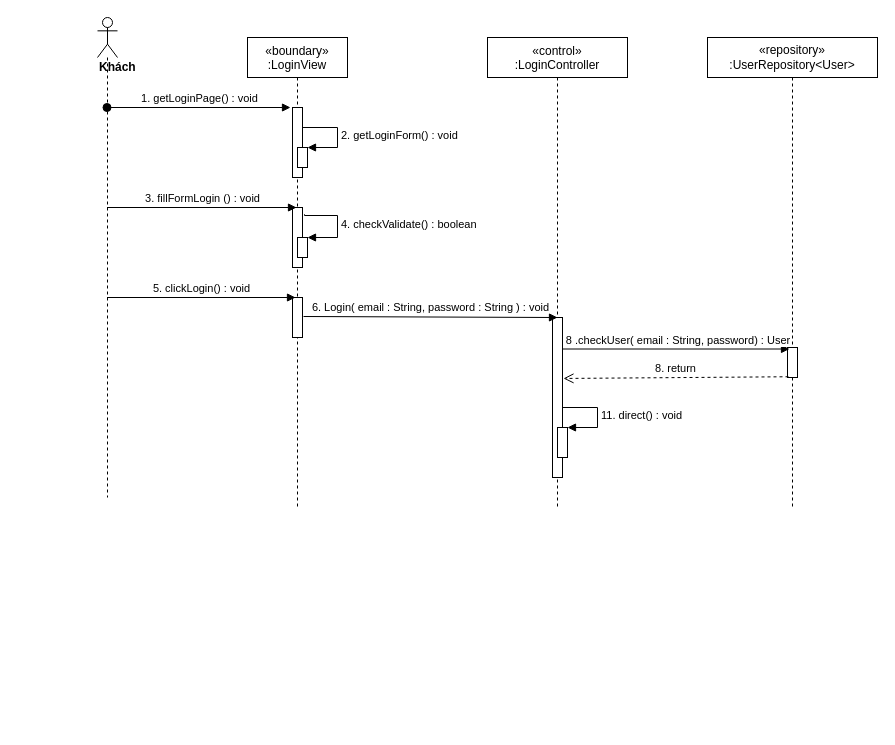
The draw.io diagram sequence diagram/login-sequence-diagram.drawio in nguyenphamvan/datn_20202, before the edit. Source tidied: cells renumbered, new cells numbered last; positions are measured from the earlier drawing's top-left corner, leaving out a move shared by most shapes. Both pictures are drawn from the tidied source at 100%, with x=0, y=0 at pixel (97, 17).
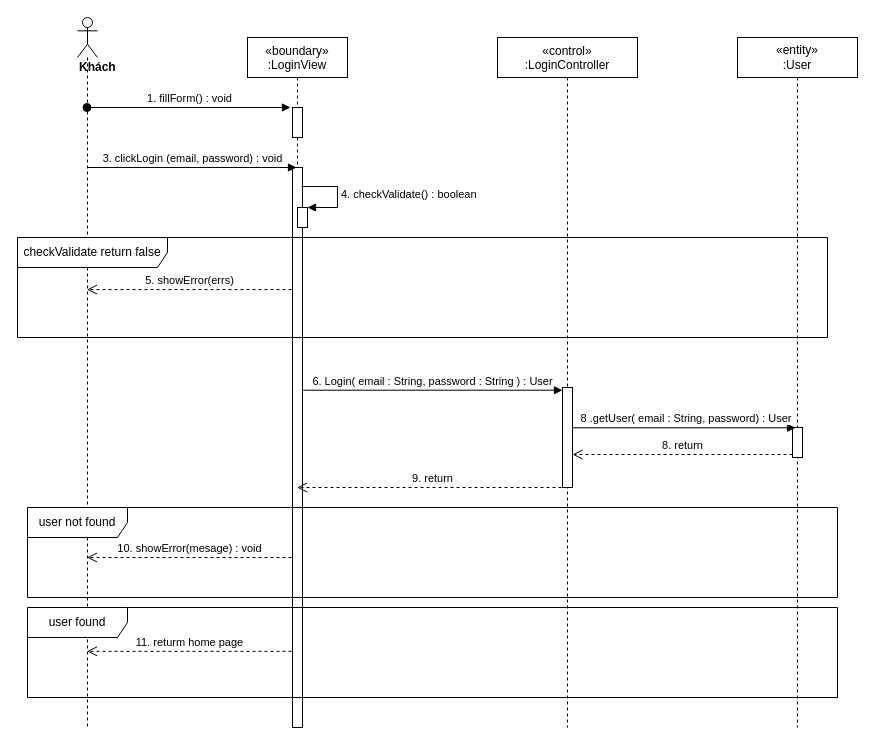
After the change.

Diff of the diagram source:
```diff
@@
     <mxCell id="2" value="«boundary»&#10;:LoginView" style="shape=umlLifeline;perimeter=lifelinePerimeter;rounded=0;shadow=0;strokeWidth=1;" parent="1" vertex="1">
-      <mxGeometry x="150" y="20" width="100" height="470" as="geometry" />
+      <mxGeometry x="150" y="20" width="100" height="690" as="geometry" />
     </mxCell>
     <mxCell id="3" style="points=[];perimeter=orthogonalPerimeter;rounded=0;shadow=0;strokeWidth=1;" parent="2" vertex="1">
-      <mxGeometry x="45" y="70" width="10" height="70" as="geometry" />
+      <mxGeometry x="45" y="70" width="10" height="30" as="geometry" />
     </mxCell>
-    <mxCell id="4" style="points=[];perimeter=orthogonalPerimeter;rounded=0;shadow=0;strokeWidth=1;" parent="2" vertex="1">
-      <mxGeometry x="45" y="170" width="10" height="60" as="geometry" />
-    </mxCell>
-    <mxCell id="5" style="html=1;points=[];perimeter=orthogonalPerimeter;" parent="2" vertex="1">
-      <mxGeometry x="50" y="110" width="10" height="20" as="geometry" />
-    </mxCell>
-    <mxCell id="6" value="2. getLoginForm() : void" style="edgeStyle=orthogonalEdgeStyle;html=1;align=left;spacingLeft=2;endArrow=block;rounded=0;entryX=1;entryY=0;" parent="2" edge="1" source="3" target="5">
-      <mxGeometry relative="1" as="geometry">
-        <Array as="points">
-          <mxPoint x="90" y="90" />
-          <mxPoint x="90" y="110" />
-        </Array>
-      </mxGeometry>
-    </mxCell>
-    <mxCell id="7" style="html=1;points=[];perimeter=orthogonalPerimeter;" parent="2" vertex="1">
-      <mxGeometry x="50" y="200" width="10" height="20" as="geometry" />
-    </mxCell>
-    <mxCell id="8" value="4. checkValidate() : boolean" style="edgeStyle=orthogonalEdgeStyle;html=1;align=left;spacingLeft=2;endArrow=block;rounded=0;exitX=1.2;exitY=0.114;exitDx=0;exitDy=0;exitPerimeter=0;" parent="2" edge="1" source="4" target="7">
-      <mxGeometry relative="1" as="geometry">
-        <Array as="points">
-          <mxPoint x="57" y="178" />
-          <mxPoint x="90" y="178" />
-          <mxPoint x="90" y="200" />
-        </Array>
-      </mxGeometry>
-    </mxCell>
     <mxCell id="9" style="html=1;points=[];perimeter=orthogonalPerimeter;" parent="2" vertex="1">
-      <mxGeometry x="45" y="260" width="10" height="40" as="geometry" />
+      <mxGeometry x="45" y="130" width="10" height="560" as="geometry" />
     </mxCell>
     <mxCell id="10" value="«control»&#10;:LoginController" style="shape=umlLifeline;perimeter=lifelinePerimeter;rounded=0;shadow=0;strokeWidth=1;" parent="1" vertex="1">
-      <mxGeometry x="390" y="20" width="140" height="470" as="geometry" />
+      <mxGeometry x="400" y="20" width="140" height="690" as="geometry" />
     </mxCell>
     <mxCell id="11" style="points=[];perimeter=orthogonalPerimeter;rounded=0;shadow=0;strokeWidth=1;" parent="10" vertex="1">
-      <mxGeometry x="65" y="280" width="10" height="160" as="geometry" />
+      <mxGeometry x="65" y="350" width="10" height="100" as="geometry" />
     </mxCell>
     <mxCell id="12" value="&lt;div&gt;&lt;b&gt;Khách&lt;/b&gt;&lt;/div&gt;" style="shape=umlLifeline;participant=umlActor;perimeter=lifelinePerimeter;whiteSpace=wrap;html=1;verticalAlign=top;spacingTop=36;outlineConnect=0;align=left;" parent="1" vertex="1">
-      <mxGeometry width="20" height="480" as="geometry" />
+      <mxGeometry x="-20" width="20" height="710" as="geometry" />
     </mxCell>
-    <mxCell id="13" value="1. getLoginPage() : void" style="html=1;verticalAlign=bottom;startArrow=oval;startFill=1;endArrow=block;startSize=8;entryX=-0.2;entryY=0;entryDx=0;entryDy=0;entryPerimeter=0;" parent="1" edge="1" source="12" target="3">
+    <mxCell id="13" value="1. fillForm() : void" style="html=1;verticalAlign=bottom;startArrow=oval;startFill=1;endArrow=block;startSize=8;entryX=-0.2;entryY=0;entryDx=0;entryDy=0;entryPerimeter=0;" parent="1" edge="1" source="12" target="3">
       <mxGeometry relative="1" as="geometry" />
     </mxCell>
-    <mxCell id="14" value="3. fillFormLogin () : void" style="html=1;verticalAlign=bottom;endArrow=block;entryX=0.4;entryY=0;entryDx=0;entryDy=0;entryPerimeter=0;" parent="1" edge="1" source="12" target="4">
-      <mxGeometry relative="1" as="geometry" />
+    <mxCell id="14" value="3. clickLogin (email, password) : void" style="html=1;verticalAlign=bottom;endArrow=block;" parent="1" edge="1" source="12">
+      <mxGeometry relative="1" as="geometry">
+        <mxPoint x="199" y="150" as="targetPoint" />
+      </mxGeometry>
     </mxCell>
-    <mxCell id="15" value="5. clickLogin() : void" style="html=1;verticalAlign=bottom;endArrow=block;entryX=0.3;entryY=0;entryDx=0;entryDy=0;entryPerimeter=0;" parent="1" edge="1" source="12" target="9">
-      <mxGeometry relative="1" as="geometry" />
-    </mxCell>
-    <mxCell id="16" value="6. Login( email : String, password : String ) : void" style="html=1;verticalAlign=bottom;endArrow=block;exitX=1.1;exitY=0.475;exitDx=0;exitDy=0;exitPerimeter=0;" parent="1" edge="1" source="9">
-      <mxGeometry relative="1" as="geometry">
-        <mxPoint x="460" y="300" as="targetPoint" />
-      </mxGeometry>
+    <mxCell id="16" value="6. Login( email : String, password : String ) : User" style="html=1;verticalAlign=bottom;endArrow=block;entryX=0;entryY=0.027;entryDx=0;entryDy=0;entryPerimeter=0;" parent="1" edge="1" source="9" target="11">
+      <mxGeometry relative="1" as="geometry" />
     </mxCell>
-    <mxCell id="17" value="&lt;span&gt;«repository»&lt;br&gt;&lt;/span&gt;:UserRepository&amp;lt;User&amp;gt;" style="shape=umlLifeline;perimeter=lifelinePerimeter;whiteSpace=wrap;html=1;" parent="1" vertex="1">
-      <mxGeometry x="610" y="20" width="170" height="470" as="geometry" />
+    <mxCell id="17" value="&lt;span&gt;«entity»&lt;br&gt;&lt;/span&gt;:User" style="shape=umlLifeline;perimeter=lifelinePerimeter;whiteSpace=wrap;html=1;" parent="1" vertex="1">
+      <mxGeometry x="640" y="20" width="120" height="690" as="geometry" />
     </mxCell>
     <mxCell id="18" style="points=[];perimeter=orthogonalPerimeter;rounded=0;shadow=0;strokeWidth=1;" parent="17" vertex="1">
-      <mxGeometry x="80" y="310" width="10" height="30" as="geometry" />
+      <mxGeometry x="55" y="390" width="10" height="30" as="geometry" />
     </mxCell>
-    <mxCell id="19" value="&lt;span style=&quot;font-family: &amp;#34;helvetica&amp;#34;&quot;&gt;&amp;nbsp;8 .checkUser( email : String, password) : User&lt;/span&gt;" style="html=1;verticalAlign=bottom;endArrow=block;entryX=0.2;entryY=0.05;entryDx=0;entryDy=0;entryPerimeter=0;" parent="1" edge="1" source="11" target="18">
+    <mxCell id="19" value="&lt;span style=&quot;font-family: &amp;#34;helvetica&amp;#34;&quot;&gt;&amp;nbsp;8 .getUser( email : String, password) : User&lt;/span&gt;" style="html=1;verticalAlign=bottom;endArrow=block;entryX=0.3;entryY=0.01;entryDx=0;entryDy=0;entryPerimeter=0;" parent="1" edge="1" source="11" target="18">
       <mxGeometry relative="1" as="geometry" />
     </mxCell>
-    <mxCell id="20" value="8. return" style="html=1;verticalAlign=bottom;endArrow=open;dashed=1;endSize=8;exitX=0.1;exitY=0.975;exitDx=0;exitDy=0;exitPerimeter=0;entryX=1.1;entryY=0.381;entryDx=0;entryDy=0;entryPerimeter=0;" parent="1" edge="1" source="18" target="11">
+    <mxCell id="20" value="8. return" style="html=1;verticalAlign=bottom;endArrow=open;dashed=1;endSize=8;exitX=0;exitY=0.9;exitDx=0;exitDy=0;exitPerimeter=0;" parent="1" edge="1" source="18" target="11">
       <mxGeometry relative="1" as="geometry" />
     </mxCell>
-    <mxCell id="21" style="html=1;points=[];perimeter=orthogonalPerimeter;" parent="1" vertex="1">
-      <mxGeometry x="460" y="410" width="10" height="30" as="geometry" />
-    </mxCell>
-    <mxCell id="22" value="11. direct() : void" style="edgeStyle=orthogonalEdgeStyle;html=1;align=left;spacingLeft=2;endArrow=block;rounded=0;entryX=1;entryY=0;" parent="1" edge="1" source="11" target="21">
-      <mxGeometry relative="1" as="geometry">
-        <Array as="points">
-          <mxPoint x="500" y="390" />
-          <mxPoint x="500" y="410" />
-        </Array>
-      </mxGeometry>
-    </mxCell>
+    <mxCell id="23" value="checkValidate return false" style="shape=umlFrame;whiteSpace=wrap;html=1;width=150;height=30;" parent="1" vertex="1">
+      <mxGeometry x="-80" y="220" width="810" height="100" as="geometry" />
+    </mxCell>
+    <mxCell id="24" value="5. showError(errs)" style="html=1;verticalAlign=bottom;endArrow=open;dashed=1;endSize=8;exitX=-0.1;exitY=0.218;exitDx=0;exitDy=0;exitPerimeter=0;" parent="1" edge="1" source="9" target="12">
+      <mxGeometry relative="1" as="geometry" />
+    </mxCell>
+    <mxCell id="25" value="9. return" style="html=1;verticalAlign=bottom;endArrow=open;dashed=1;endSize=8;exitX=0.5;exitY=1;exitDx=0;exitDy=0;exitPerimeter=0;" parent="1" edge="1" source="11" target="2">
+      <mxGeometry relative="1" as="geometry" />
+    </mxCell>
+    <mxCell id="26" value="user not found" style="shape=umlFrame;whiteSpace=wrap;html=1;width=100;height=30;" parent="1" vertex="1">
+      <mxGeometry x="-70" y="490" width="810" height="90" as="geometry" />
+    </mxCell>
+    <mxCell id="27" value="10. showError(mesage) : void" style="html=1;verticalAlign=bottom;endArrow=open;dashed=1;endSize=8;" parent="1" edge="1" target="12">
+      <mxGeometry relative="1" as="geometry">
+        <mxPoint x="194" y="540" as="sourcePoint" />
+      </mxGeometry>
+    </mxCell>
+    <mxCell id="28" value="user found" style="shape=umlFrame;whiteSpace=wrap;html=1;width=100;height=30;" parent="1" vertex="1">
+      <mxGeometry x="-70" y="590" width="810" height="90" as="geometry" />
+    </mxCell>
+    <mxCell id="29" value="11. returm home page" style="html=1;verticalAlign=bottom;endArrow=open;dashed=1;endSize=8;exitX=-0.1;exitY=0.864;exitDx=0;exitDy=0;exitPerimeter=0;" parent="1" edge="1" source="9" target="12">
+      <mxGeometry relative="1" as="geometry" />
+    </mxCell>
+    <mxCell id="30" style="html=1;points=[];perimeter=orthogonalPerimeter;" parent="1" vertex="1">
+      <mxGeometry x="200" y="190" width="10" height="20" as="geometry" />
+    </mxCell>
+    <mxCell id="8" value="4. checkValidate() : boolean" style="edgeStyle=orthogonalEdgeStyle;html=1;align=left;spacingLeft=2;endArrow=block;rounded=0;entryX=1;entryY=0;exitX=0.9;exitY=0.034;exitDx=0;exitDy=0;exitPerimeter=0;" parent="1" edge="1" source="9" target="30">
+      <mxGeometry relative="1" as="geometry">
+        <Array as="points">
+          <mxPoint x="240" y="169" />
+          <mxPoint x="240" y="190" />
+        </Array>
+      </mxGeometry>
+    </mxCell>
```
